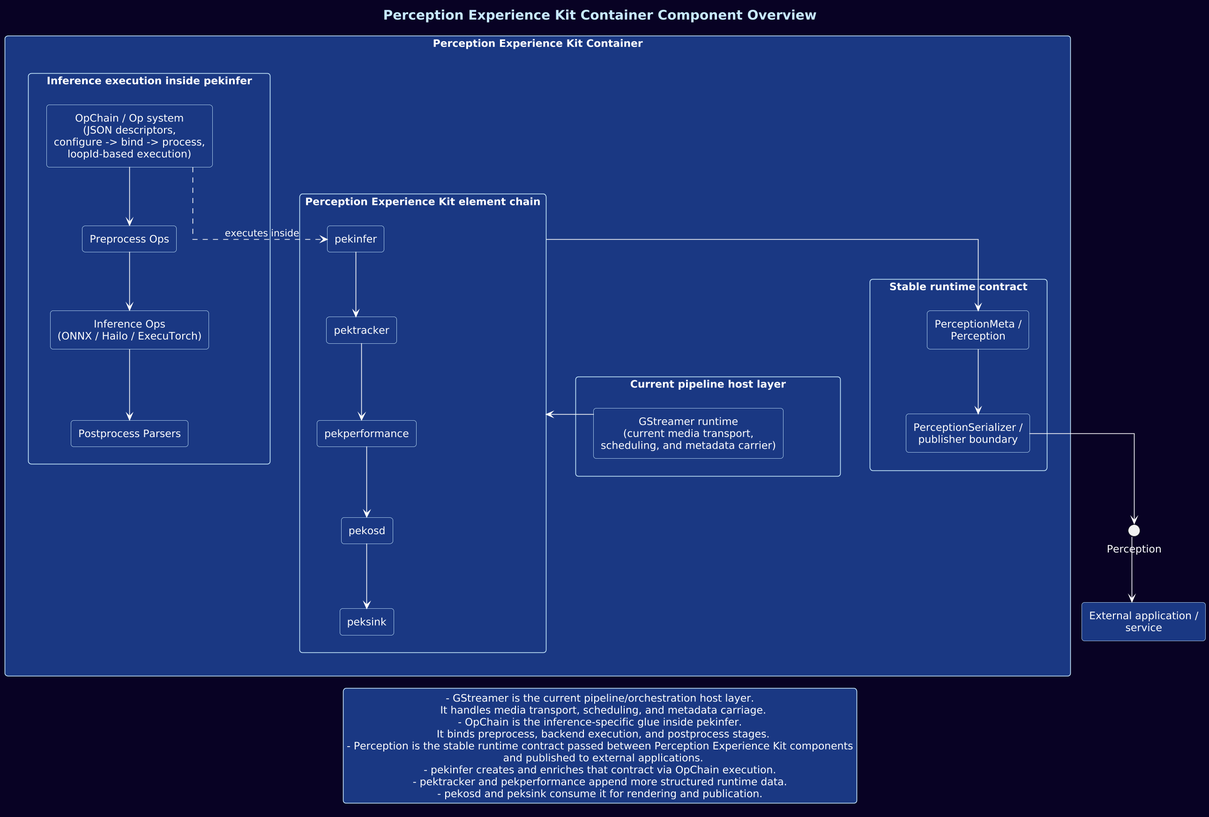
Before: docs/public/static/img/component-overview.png, a diagram exported from PlantUML (arm/open-perception-kit).
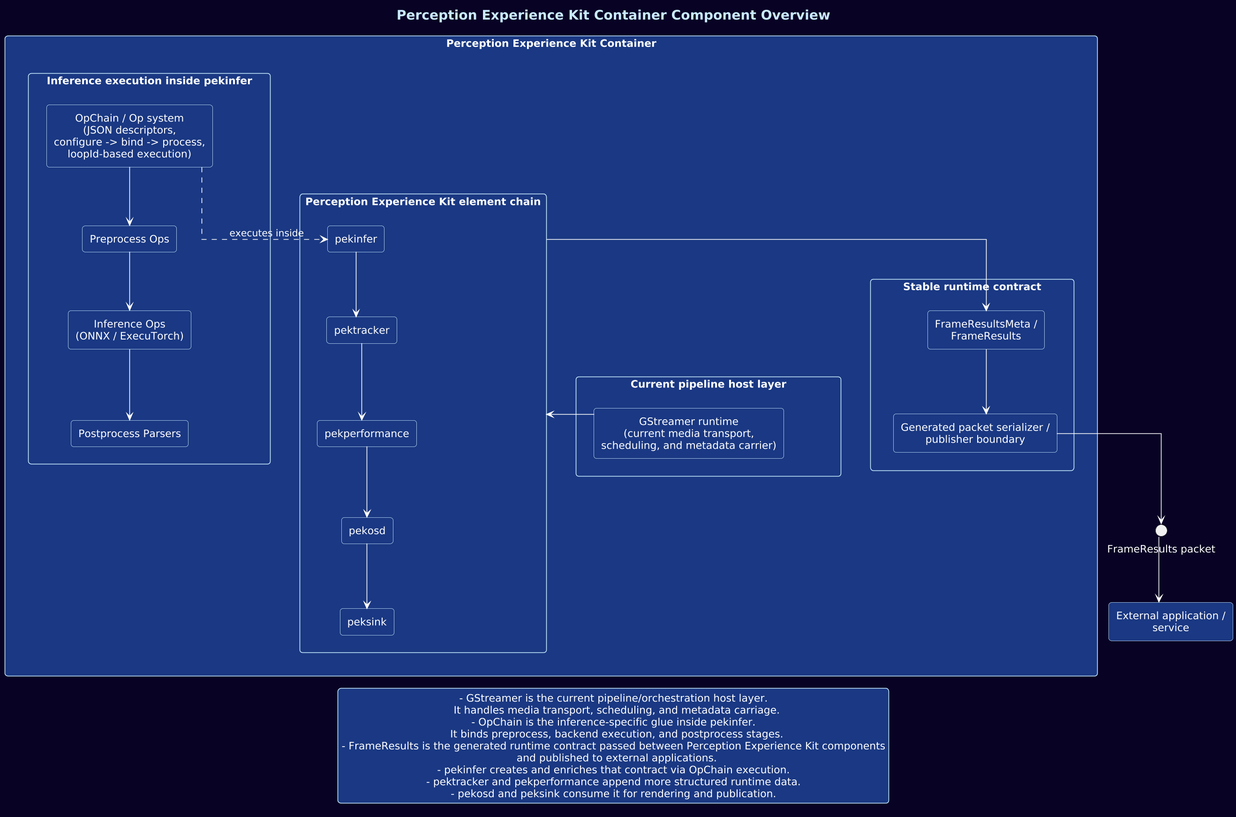
Above is the later version.

What changed in the source:
```diff
@@ -11,7 +11,7 @@
 skinparam linetype ortho
 
 component "External application /\nservice" as External
-interface "Perception" as IPerception
+interface "FrameResults packet" as IPerception
 
 rectangle "Perception Experience Kit Container" {
   package "Perception Experience Kit element chain" as CHAIN {
@@ -25,13 +25,13 @@
   package "Inference execution inside pekinfer" as INFERBOX {
     component "OpChain / Op system\n(JSON descriptors,\nconfigure -> bind -> process,\nloopId-based execution)" as OPC
     component "Preprocess Ops" as PRE
-    component "Inference Ops\n(ONNX / Hailo / ExecuTorch)" as INF
+    component "Inference Ops\n(ONNX / ExecuTorch)" as INF
     component "Postprocess Parsers" as POST
   }
 
   package "Stable runtime contract" as CONTRACT {
-    component "PerceptionMeta /\nPerception" as PERC
-    component "PerceptionSerializer /\npublisher boundary" as PERCSER
+    component "FrameResultsMeta /\nFrameResults" as PERC
+    component "Generated packet serializer /\npublisher boundary" as PERCSER
   }
 
   package "Current pipeline host layer" as HOST {
@@ -70,7 +70,7 @@
   It handles media transport, scheduling, and metadata carriage.
 - OpChain is the inference-specific glue inside pekinfer.
   It binds preprocess, backend execution, and postprocess stages.
-- Perception is the stable runtime contract passed between Perception Experience Kit components
+- FrameResults is the generated runtime contract passed between Perception Experience Kit components
   and published to external applications.
 - pekinfer creates and enriches that contract via OpChain execution.
 - pektracker and pekperformance append more structured runtime data.
```
